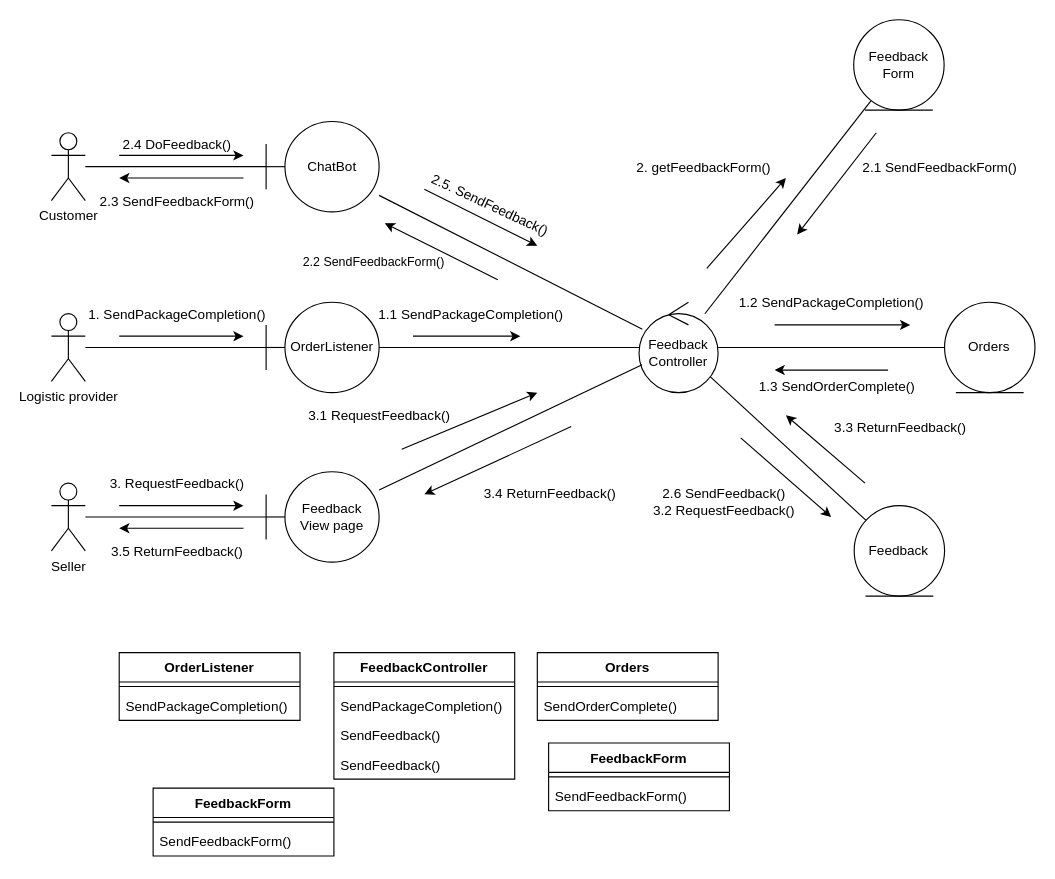
Above: page "Collab" (2 of 3) of Feedbacks and Reviews.drawio in munkeawtoast/isad-diagrams (draw.io), before the change. Source tidied: cells renumbered, new cells numbered last; positions are measured from the earlier drawing's top-left corner, leaving out a move shared by most shapes. Both pictures are drawn from the tidied source at 113%, with x=0, y=0 at pixel (51, 19).
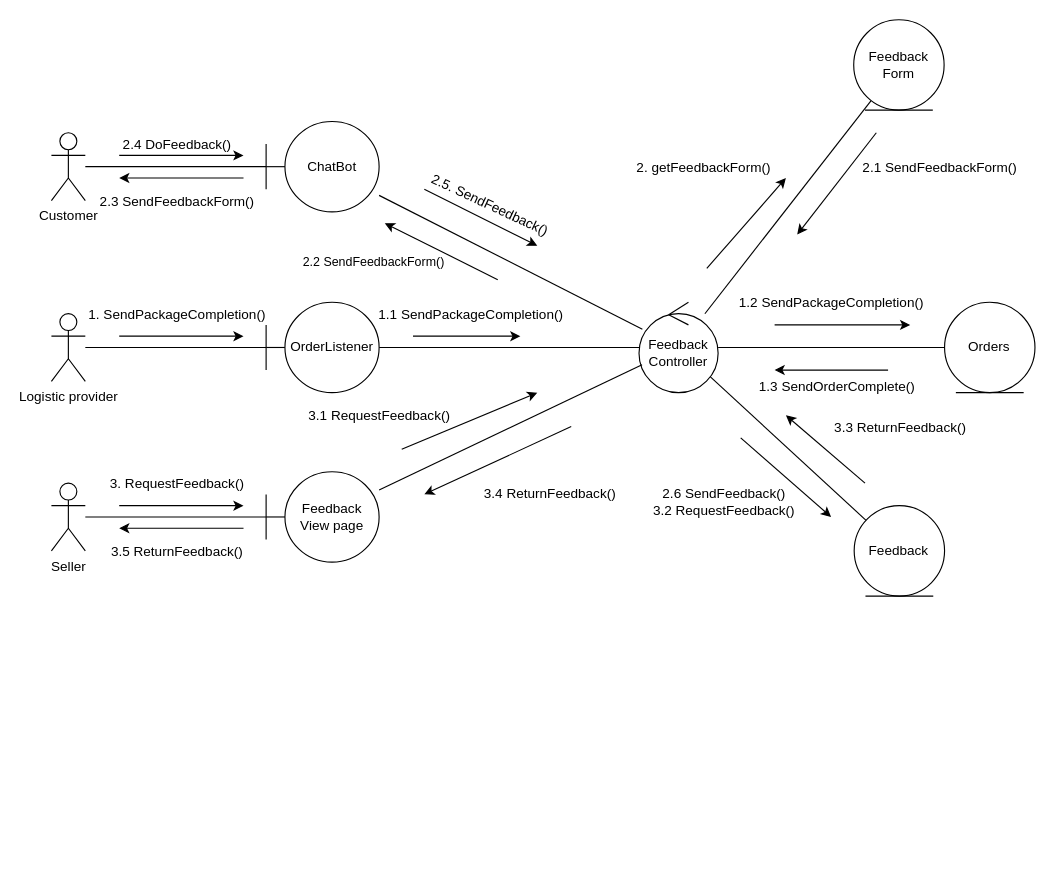
After the change.

Diff of the diagram source:
```diff
@@
-    <mxCell id="53" value="OrderListener" style="swimlane;fontStyle=1;align=center;verticalAlign=top;horizontal=1;startSize=26;" parent="1" vertex="1">
-      <mxGeometry x="60" y="560" width="160" height="60" as="geometry" />
-    </mxCell>
-    <mxCell id="54" style="line;strokeWidth=1;fillColor=none;align=left;verticalAlign=middle;spacingTop=-1;spacingLeft=3;spacingRight=3;labelPosition=right;strokeColor=inherit;" parent="53" vertex="1">
-      <mxGeometry y="26" width="160" height="8" as="geometry" />
-    </mxCell>
-    <mxCell id="55" value="SendPackageCompletion()" style="text;strokeColor=none;fillColor=none;align=left;verticalAlign=top;spacingLeft=4;spacingRight=4;overflow=hidden;" parent="53" vertex="1">
-      <mxGeometry y="34" width="160" height="26" as="geometry" />
-    </mxCell>
-    <mxCell id="56" value="FeedbackController" style="swimlane;fontStyle=1;align=center;verticalAlign=top;horizontal=1;startSize=26;" parent="1" vertex="1">
-      <mxGeometry x="250" y="560" width="160" height="112" as="geometry" />
-    </mxCell>
-    <mxCell id="57" style="line;strokeWidth=1;fillColor=none;align=left;verticalAlign=middle;spacingTop=-1;spacingLeft=3;spacingRight=3;labelPosition=right;strokeColor=inherit;" parent="56" vertex="1">
-      <mxGeometry y="26" width="160" height="8" as="geometry" />
-    </mxCell>
-    <mxCell id="58" value="SendPackageCompletion()" style="text;strokeColor=none;fillColor=none;align=left;verticalAlign=top;spacingLeft=4;spacingRight=4;overflow=hidden;" parent="56" vertex="1">
-      <mxGeometry y="34" width="160" height="26" as="geometry" />
-    </mxCell>
-    <mxCell id="59" value="SendFeedback()" style="text;strokeColor=none;fillColor=none;align=left;verticalAlign=top;spacingLeft=4;spacingRight=4;overflow=hidden;" parent="56" vertex="1">
-      <mxGeometry y="60" width="160" height="26" as="geometry" />
-    </mxCell>
-    <mxCell id="60" value="SendFeedback()" style="text;strokeColor=none;fillColor=none;align=left;verticalAlign=top;spacingLeft=4;spacingRight=4;overflow=hidden;" parent="56" vertex="1">
-      <mxGeometry y="86" width="160" height="26" as="geometry" />
-    </mxCell>
-    <mxCell id="61" value="Orders" style="swimlane;fontStyle=1;align=center;verticalAlign=top;horizontal=1;startSize=26;" parent="1" vertex="1">
-      <mxGeometry x="430" y="560" width="160" height="60" as="geometry" />
-    </mxCell>
-    <mxCell id="62" style="line;strokeWidth=1;fillColor=none;align=left;verticalAlign=middle;spacingTop=-1;spacingLeft=3;spacingRight=3;labelPosition=right;strokeColor=inherit;" parent="61" vertex="1">
-      <mxGeometry y="26" width="160" height="8" as="geometry" />
-    </mxCell>
-    <mxCell id="63" value="SendOrderComplete()" style="text;strokeColor=none;fillColor=none;align=left;verticalAlign=top;spacingLeft=4;spacingRight=4;overflow=hidden;" parent="61" vertex="1">
-      <mxGeometry y="34" width="160" height="26" as="geometry" />
-    </mxCell>
-    <mxCell id="64" value="FeedbackForm" style="swimlane;fontStyle=1;align=center;verticalAlign=top;horizontal=1;startSize=26;" parent="1" vertex="1">
-      <mxGeometry x="90" y="680" width="160" height="60" as="geometry" />
-    </mxCell>
-    <mxCell id="65" style="line;strokeWidth=1;fillColor=none;align=left;verticalAlign=middle;spacingTop=-1;spacingLeft=3;spacingRight=3;labelPosition=right;strokeColor=inherit;" parent="64" vertex="1">
-      <mxGeometry y="26" width="160" height="8" as="geometry" />
-    </mxCell>
-    <mxCell id="66" value="SendFeedbackForm()" style="text;strokeColor=none;fillColor=none;align=left;verticalAlign=top;spacingLeft=4;spacingRight=4;overflow=hidden;" parent="64" vertex="1">
-      <mxGeometry y="34" width="160" height="26" as="geometry" />
-    </mxCell>
-    <mxCell id="67" value="FeedbackForm" style="swimlane;fontStyle=1;align=center;verticalAlign=top;horizontal=1;startSize=26;" parent="1" vertex="1">
-      <mxGeometry x="440" y="640" width="160" height="60" as="geometry" />
-    </mxCell>
-    <mxCell id="68" style="line;strokeWidth=1;fillColor=none;align=left;verticalAlign=middle;spacingTop=-1;spacingLeft=3;spacingRight=3;labelPosition=right;strokeColor=inherit;" parent="67" vertex="1">
-      <mxGeometry y="26" width="160" height="8" as="geometry" />
-    </mxCell>
-    <mxCell id="69" value="SendFeedbackForm()" style="text;strokeColor=none;fillColor=none;align=left;verticalAlign=top;spacingLeft=4;spacingRight=4;overflow=hidden;" parent="67" vertex="1">
-      <mxGeometry y="34" width="160" height="26" as="geometry" />
-    </mxCell>
```
